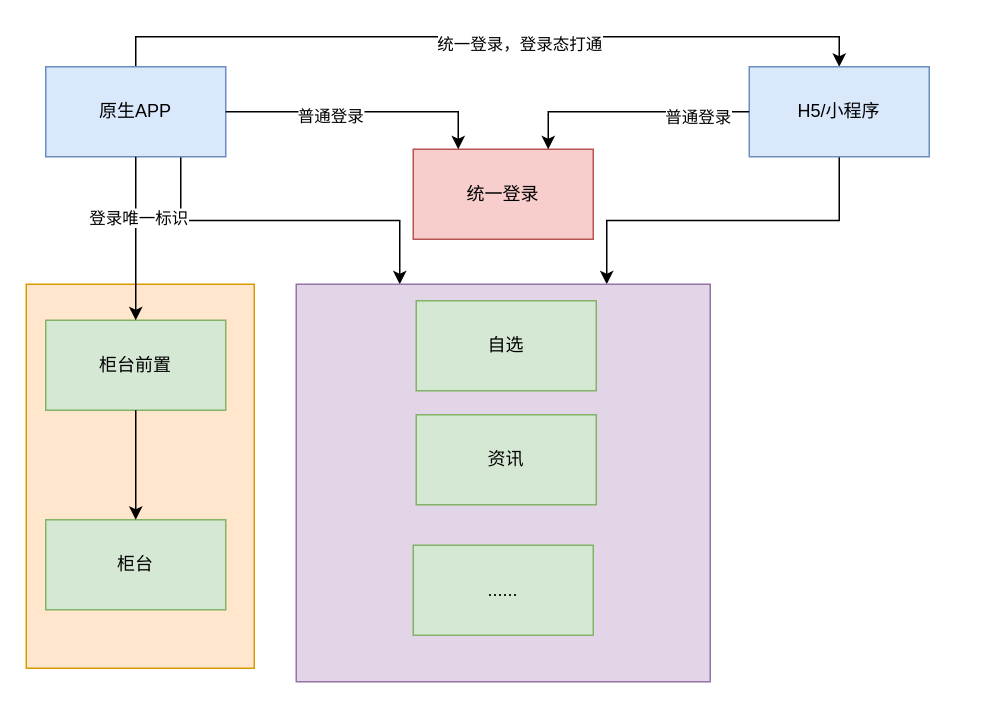
WindRain20140210/files-ArchitectureDiagram keeps this draw.io diagram as hk交互图.drawio. Above is the earlier version. Source tidied: cells renumbered, new cells numbered last; positions are measured from the earlier drawing's top-left corner, leaving out a move shared by most shapes. Both pictures are drawn from the tidied source at 150%, with x=0, y=0 at pixel (26, 66).
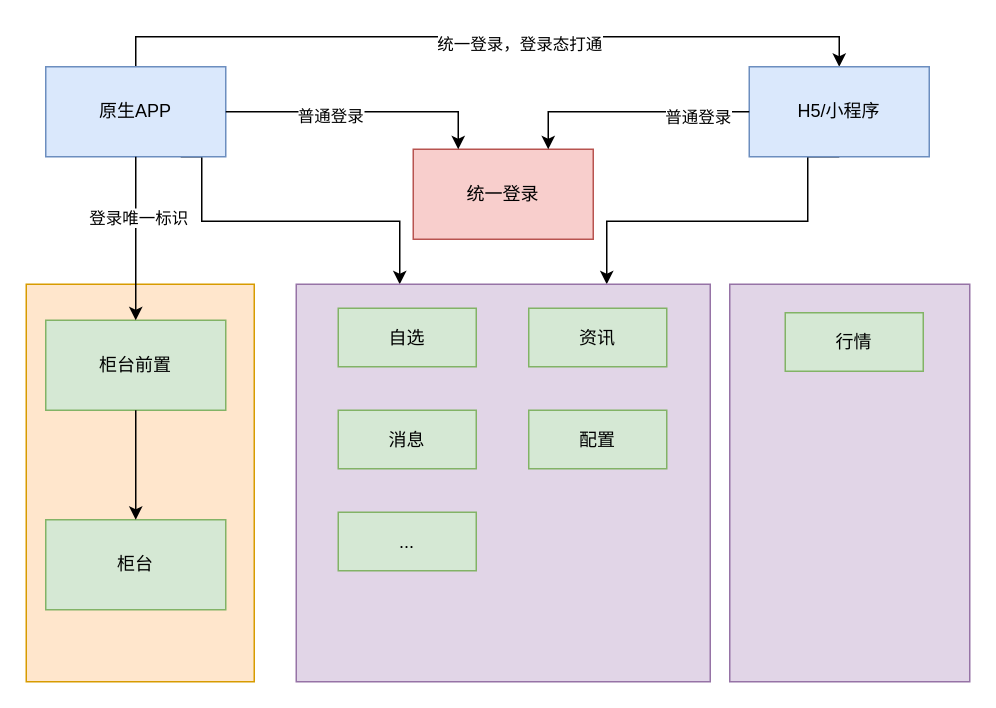
After the change.

Unchanged cells that the change refers to:
```xml
<mxCell id="5" value="原生APP" style="rounded=0;whiteSpace=wrap;html=1;fillColor=#dae8fc;strokeColor=#6c8ebf;" parent="1" vertex="1">
  <mxGeometry x="13" width="120" height="60" as="geometry" />
</mxCell>
<mxCell id="7" value="H5/小程序" style="rounded=0;whiteSpace=wrap;html=1;fillColor=#dae8fc;strokeColor=#6c8ebf;" parent="1" vertex="1">
  <mxGeometry x="482" width="120" height="60" as="geometry" />
</mxCell>
<mxCell id="14" style="rounded=0;whiteSpace=wrap;html=1;fillColor=#e1d5e7;strokeColor=#9673a6;" parent="1" vertex="1">
  <mxGeometry x="180" y="145" width="276" height="265" as="geometry" />
</mxCell>
```

Diff of the diagram source:
```diff
@@
     <mxCell id="4" style="edgeStyle=orthogonalEdgeStyle;rounded=0;jettySize=auto;html=1;exitX=0.75;exitY=1;exitDx=0;exitDy=0;entryX=0.25;entryY=0;entryDx=0;entryDy=0;" parent="1" edge="1" source="5" target="14">
-      <mxGeometry relative="1" as="geometry" />
+      <mxGeometry relative="1" as="geometry">
+        <Array as="points">
+          <mxPoint x="117" y="60" />
+          <mxPoint x="117" y="103" />
+          <mxPoint x="249" y="103" />
+        </Array>
+      </mxGeometry>
     </mxCell>
@@
     <mxCell id="6" style="edgeStyle=orthogonalEdgeStyle;rounded=0;jettySize=auto;html=1;exitX=0.5;exitY=1;exitDx=0;exitDy=0;entryX=0.75;entryY=0;entryDx=0;entryDy=0;" parent="1" edge="1" source="7" target="14">
-      <mxGeometry relative="1" as="geometry" />
+      <mxGeometry relative="1" as="geometry">
+        <Array as="points">
+          <mxPoint x="521" y="60" />
+          <mxPoint x="521" y="103" />
+          <mxPoint x="387" y="103" />
+        </Array>
+      </mxGeometry>
     </mxCell>
@@
     <mxCell id="8" style="rounded=0;whiteSpace=wrap;html=1;fillColor=#ffe6cc;strokeColor=#d79b00;" parent="1" vertex="1">
-      <mxGeometry y="145" width="152" height="256" as="geometry" />
+      <mxGeometry y="145" width="152" height="265" as="geometry" />
     </mxCell>
@@
     <mxCell id="15" value="自选" style="rounded=0;whiteSpace=wrap;html=1;fillColor=#d5e8d4;strokeColor=#82b366;" parent="1" vertex="1">
-      <mxGeometry x="260" y="156" width="120" height="60" as="geometry" />
+      <mxGeometry x="208" y="161" width="92" height="39" as="geometry" />
     </mxCell>
@@
     <mxCell id="21" value="资讯" style="rounded=0;whiteSpace=wrap;html=1;fillColor=#d5e8d4;strokeColor=#82b366;" parent="1" vertex="1">
-      <mxGeometry x="260" y="232" width="120" height="60" as="geometry" />
+      <mxGeometry x="335" y="161" width="92" height="39" as="geometry" />
     </mxCell>
-    <mxCell id="22" value="......" style="rounded=0;whiteSpace=wrap;html=1;fillColor=#d5e8d4;strokeColor=#82b366;" parent="1" vertex="1">
-      <mxGeometry x="258" y="319" width="120" height="60" as="geometry" />
-    </mxCell>
+    <mxCell id="23" value="消息" style="rounded=0;whiteSpace=wrap;html=1;fillColor=#d5e8d4;strokeColor=#82b366;" parent="1" vertex="1">
+      <mxGeometry x="208" y="229" width="92" height="39" as="geometry" />
+    </mxCell>
+    <mxCell id="24" value="..." style="rounded=0;whiteSpace=wrap;html=1;fillColor=#d5e8d4;strokeColor=#82b366;" parent="1" vertex="1">
+      <mxGeometry x="208" y="297" width="92" height="39" as="geometry" />
+    </mxCell>
+    <mxCell id="25" style="rounded=0;whiteSpace=wrap;html=1;fillColor=#e1d5e7;strokeColor=#9673a6;" parent="1" vertex="1">
+      <mxGeometry x="469" y="145" width="160" height="265" as="geometry" />
+    </mxCell>
+    <mxCell id="26" value="行情" style="rounded=0;whiteSpace=wrap;html=1;fillColor=#d5e8d4;strokeColor=#82b366;" parent="1" vertex="1">
+      <mxGeometry x="506" y="164" width="92" height="39" as="geometry" />
+    </mxCell>
+    <mxCell id="27" value="配置" style="rounded=0;whiteSpace=wrap;html=1;fillColor=#d5e8d4;strokeColor=#82b366;" parent="1" vertex="1">
+      <mxGeometry x="335" y="229" width="92" height="39" as="geometry" />
+    </mxCell>
```
